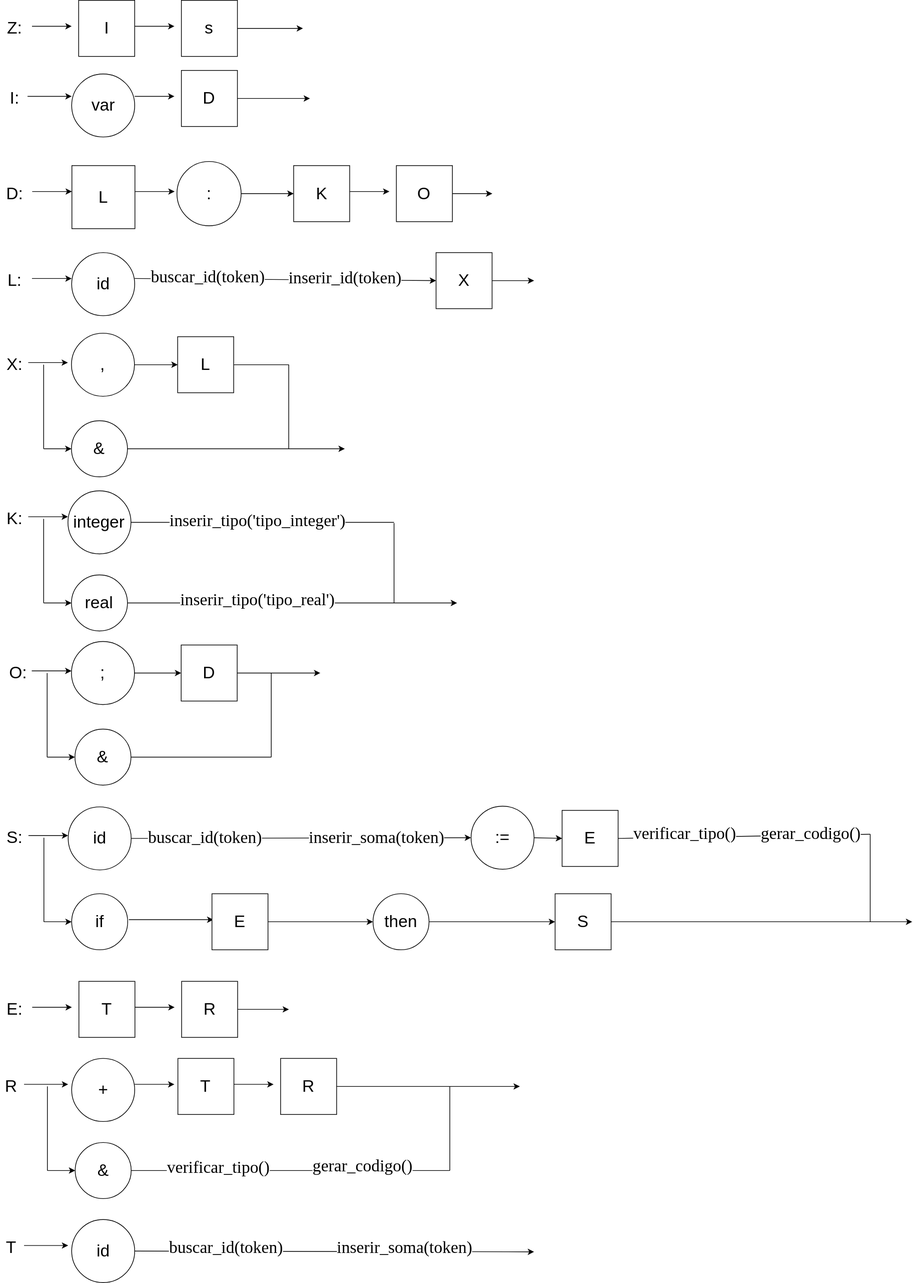
This is grafosSintaticos.svg from samuel4oliveira/compiladores-1, a draw.io export, as it was before one commit. Source tidied: cells renumbered, new cells last; positions are measured from the earlier drawing's top-left corner, leaving out a move shared by most shapes.
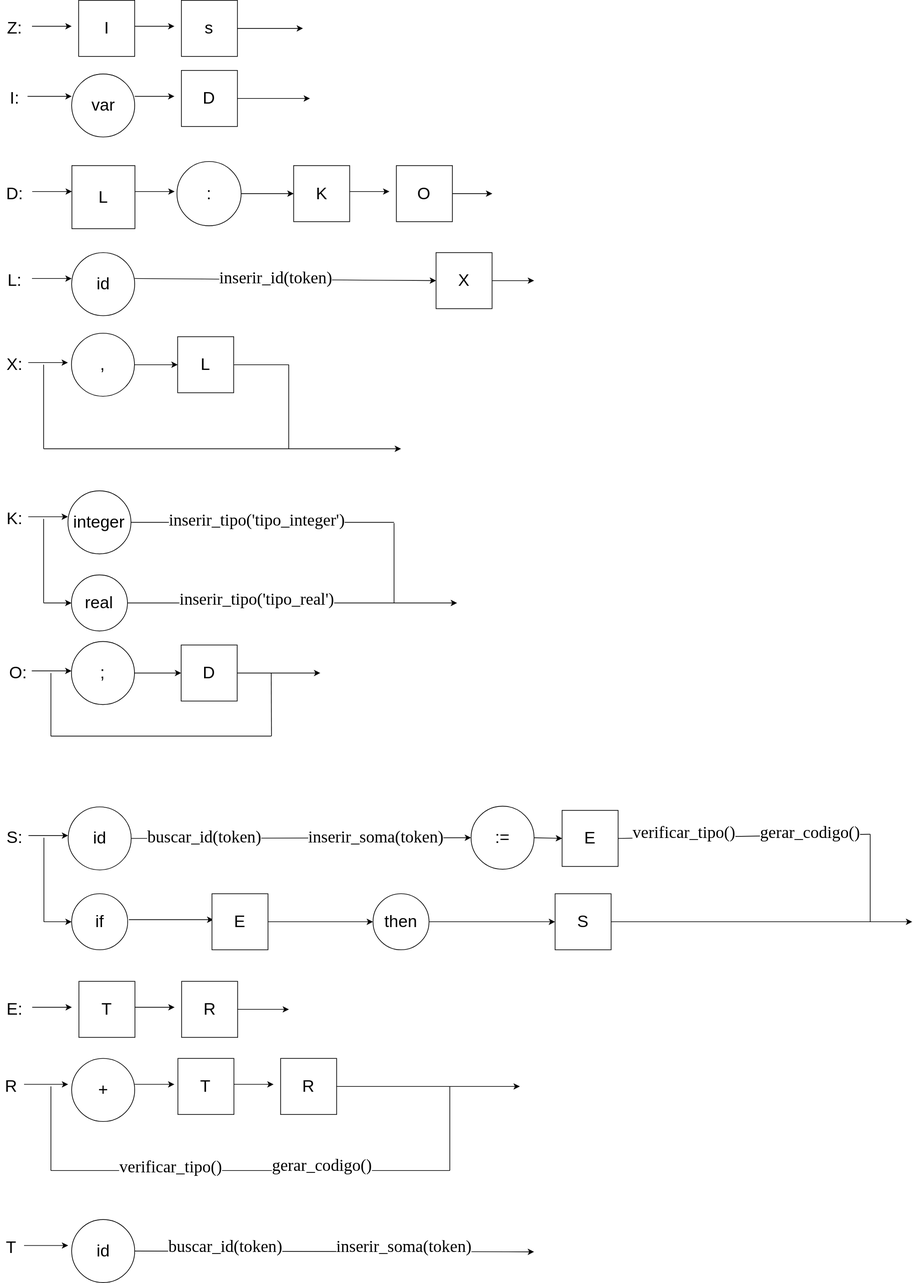
After the commit.

Commit message:
Grafo Sintático FIX :(

Diff of the diagram source:
```diff
@@ -110,12 +110,10 @@
         <mxPoint x="61.7" y="520" as="targetPoint" />
       </mxGeometry>
     </mxCell>
-    <mxCell id="30" value="&lt;font style=&quot;font-size: 24px&quot;&gt;&amp;amp;&lt;/font&gt;" style="ellipse;whiteSpace=wrap;html=1;" parent="1" vertex="1">
-      <mxGeometry x="101.4" y="600" width="80" height="80" as="geometry" />
-    </mxCell>
-    <mxCell id="31" style="endArrow=classic;html=1;entryX=0;entryY=0.5;entryDx=0;entryDy=0;" parent="1" edge="1" target="30">
+    <mxCell id="31" style="endArrow=classic;html=1;" parent="1" edge="1">
       <mxGeometry relative="1" as="geometry">
         <mxPoint x="61.7" y="640" as="sourcePoint" />
+        <mxPoint x="572" y="640" as="targetPoint" />
       </mxGeometry>
     </mxCell>
     <mxCell id="32" value="&lt;span style=&quot;font-size: 24px&quot;&gt;K:&lt;/span&gt;" style="text;html=1;align=center;verticalAlign=middle;" parent="1" vertex="1">
@@ -164,18 +162,10 @@
     </mxCell>
     <mxCell id="43" style="endArrow=none;html=1;" parent="1" edge="1">
       <mxGeometry relative="1" as="geometry">
-        <mxPoint x="66.7" y="1080" as="sourcePoint" />
-        <mxPoint x="66.7" y="960" as="targetPoint" />
+        <mxPoint x="72" y="1050" as="sourcePoint" />
+        <mxPoint x="72" y="960" as="targetPoint" />
       </mxGeometry>
     </mxCell>
-    <mxCell id="44" value="&lt;font style=&quot;font-size: 24px&quot;&gt;&amp;amp;&lt;/font&gt;" style="ellipse;whiteSpace=wrap;html=1;" parent="1" vertex="1">
-      <mxGeometry x="106.4" y="1040" width="80" height="80" as="geometry" />
-    </mxCell>
-    <mxCell id="45" style="endArrow=classic;html=1;entryX=0;entryY=0.5;entryDx=0;entryDy=0;" parent="1" edge="1" target="44">
-      <mxGeometry relative="1" as="geometry">
-        <mxPoint x="66.7" y="1080" as="sourcePoint" />
-      </mxGeometry>
-    </mxCell>
     <mxCell id="46" value="&lt;span style=&quot;font-size: 24px&quot;&gt;S:&lt;/span&gt;" style="text;html=1;align=center;verticalAlign=middle;" parent="1" vertex="1">
       <mxGeometry y="1185" width="40" height="20" as="geometry" />
     </mxCell>
@@ -285,18 +275,10 @@
     </mxCell>
     <mxCell id="74" style="endArrow=none;html=1;" parent="1" edge="1">
       <mxGeometry relative="1" as="geometry">
-        <mxPoint x="67" y="1670" as="sourcePoint" />
-        <mxPoint x="67" y="1550" as="targetPoint" />
+        <mxPoint x="72" y="1670" as="sourcePoint" />
+        <mxPoint x="72" y="1550" as="targetPoint" />
       </mxGeometry>
     </mxCell>
-    <mxCell id="75" value="&lt;font style=&quot;font-size: 24px&quot;&gt;&amp;amp;&lt;/font&gt;" style="ellipse;whiteSpace=wrap;html=1;" parent="1" vertex="1">
-      <mxGeometry x="106.7" y="1630" width="80" height="80" as="geometry" />
-    </mxCell>
-    <mxCell id="76" style="endArrow=classic;html=1;entryX=0;entryY=0.5;entryDx=0;entryDy=0;" parent="1" edge="1" target="75">
-      <mxGeometry relative="1" as="geometry">
-        <mxPoint x="67" y="1670" as="sourcePoint" />
-      </mxGeometry>
-    </mxCell>
     <mxCell id="77" value="&lt;span style=&quot;font-size: 24px&quot;&gt;T&lt;/span&gt;" style="text;html=1;align=center;verticalAlign=middle;" parent="1" vertex="1">
       <mxGeometry x="-0.3" y="1770" width="30" height="20" as="geometry" />
     </mxCell>
@@ -324,7 +306,7 @@
     </mxCell>
     <mxCell id="83" value="&lt;font style=&quot;font-size: 24px&quot; face=&quot;Comic Sans MS&quot;&gt;inserir_id(token)&lt;/font&gt;" style="text;html=1;align=center;verticalAlign=middle;labelBackgroundColor=#ffffff;" parent="82" vertex="1">
       <mxGeometry x="-0.08" y="1" relative="1" as="geometry">
-        <mxPoint x="103.2" y="-2.4" as="offset" />
+        <mxPoint x="3.3" y="-2.4" as="offset" />
       </mxGeometry>
     </mxCell>
     <mxCell id="84" value="&lt;span style=&quot;font-size: 24px&quot;&gt;X&lt;/span&gt;" style="whiteSpace=wrap;html=1;" parent="1" vertex="1">
@@ -333,11 +315,6 @@
     <mxCell id="85" value="&lt;span style=&quot;font-size: 24px&quot;&gt;id&lt;/span&gt;" style="ellipse;whiteSpace=wrap;html=1;" parent="1" vertex="1">
       <mxGeometry x="101.7" y="360" width="90" height="90" as="geometry" />
     </mxCell>
-    <mxCell id="86" style="endArrow=classic;html=1;exitX=1;exitY=0.5;exitDx=0;exitDy=0;" parent="1" edge="1" source="30">
-      <mxGeometry relative="1" as="geometry">
-        <mxPoint x="491.7" y="640" as="targetPoint" />
-      </mxGeometry>
-    </mxCell>
     <mxCell id="87" style="endArrow=none;html=1;exitX=1;exitY=0.5;exitDx=0;exitDy=0;" parent="1" edge="1" source="27">
       <mxGeometry relative="1" as="geometry">
         <mxPoint x="411.7" y="520" as="targetPoint" />
@@ -368,8 +345,8 @@
     </mxCell>
     <mxCell id="92" style="endArrow=none;html=1;" parent="1" edge="1">
       <mxGeometry relative="1" as="geometry">
-        <mxPoint x="186.7" y="1080" as="sourcePoint" />
-        <mxPoint x="386.7" y="1080" as="targetPoint" />
+        <mxPoint x="72" y="1050" as="sourcePoint" />
+        <mxPoint x="386.7" y="1050" as="targetPoint" />
       </mxGeometry>
     </mxCell>
     <mxCell id="93" style="endArrow=classic;html=1;exitX=1;exitY=0.5;exitDx=0;exitDy=0;" parent="1" edge="1" source="41">
@@ -379,7 +356,7 @@
     </mxCell>
     <mxCell id="94" style="endArrow=none;html=1;" parent="1" edge="1">
       <mxGeometry relative="1" as="geometry">
-        <mxPoint x="386.7" y="1080" as="sourcePoint" />
+        <mxPoint x="387" y="1050" as="sourcePoint" />
         <mxPoint x="386.7" y="960" as="targetPoint" />
       </mxGeometry>
     </mxCell>
@@ -399,8 +376,9 @@
         <mxPoint x="1242" y="1190" as="targetPoint" />
       </mxGeometry>
     </mxCell>
-    <mxCell id="98" style="endArrow=none;html=1;exitX=1;exitY=0.5;exitDx=0;exitDy=0;" parent="1" edge="1" source="75">
+    <mxCell id="98" style="endArrow=none;html=1;" parent="1" edge="1">
       <mxGeometry relative="1" as="geometry">
+        <mxPoint x="72" y="1670" as="sourcePoint" />
         <mxPoint x="641.7" y="1670" as="targetPoint" />
       </mxGeometry>
     </mxCell>
@@ -461,7 +439,7 @@
       </mxGeometry>
     </mxCell>
     <mxCell id="110" value="&lt;span style=&quot;font-family: &amp;#34;comic sans ms&amp;#34; ; font-size: 24px&quot;&gt;verificar_tipo()&lt;/span&gt;" style="text;html=1;align=center;verticalAlign=middle;labelBackgroundColor=#ffffff;" parent="1" vertex="1">
-      <mxGeometry x="222" y="772" as="geometry">
+      <mxGeometry x="155" y="772" as="geometry">
         <mxPoint x="88" y="893" as="offset" />
       </mxGeometry>
     </mxCell>
@@ -481,7 +459,7 @@
       </mxGeometry>
     </mxCell>
     <mxCell id="114" value="&lt;font face=&quot;comic sans ms&quot;&gt;&lt;span style=&quot;font-size: 24px&quot;&gt;gerar_codigo()&lt;/span&gt;&lt;/font&gt;" style="text;html=1;align=center;verticalAlign=middle;labelBackgroundColor=#ffffff;" parent="1" vertex="1">
-      <mxGeometry x="511.7" y="1664" as="geometry">
+      <mxGeometry x="454.7" y="1664" as="geometry">
         <mxPoint x="4" y="-1" as="offset" />
       </mxGeometry>
     </mxCell>
@@ -495,10 +473,5 @@
         <mxPoint x="4" y="-1" as="offset" />
       </mxGeometry>
     </mxCell>
-    <mxCell id="117" value="&lt;span style=&quot;font-family: &amp;#34;comic sans ms&amp;#34; ; font-size: 24px&quot;&gt;buscar_id(token)&lt;/span&gt;" style="text;html=1;align=center;verticalAlign=middle;labelBackgroundColor=#ffffff;" parent="1" vertex="1">
-      <mxGeometry x="291.3" y="395" as="geometry">
-        <mxPoint x="4" y="-1" as="offset" />
-      </mxGeometry>
-    </mxCell>
   </root>
 </mxGraphModel>
```
